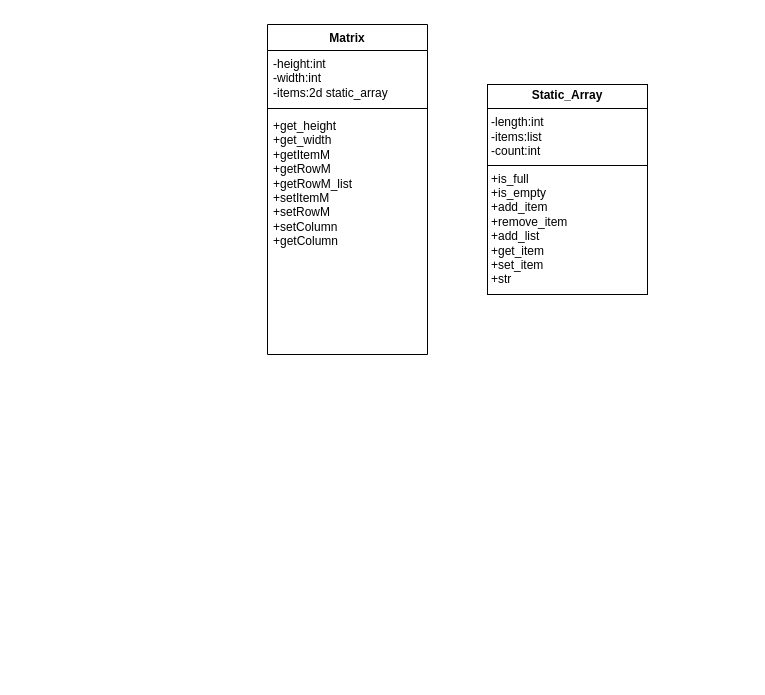
The draw.io diagram project_class_diagram.drawio in rcatovsky/Finalproject, before the edit. Source tidied: cells renumbered, new cells numbered last; positions are measured from the earlier drawing's top-left corner, leaving out a move shared by most shapes. Both pictures are drawn from the tidied source at 100%, with x=0, y=0 at pixel (267, 24).
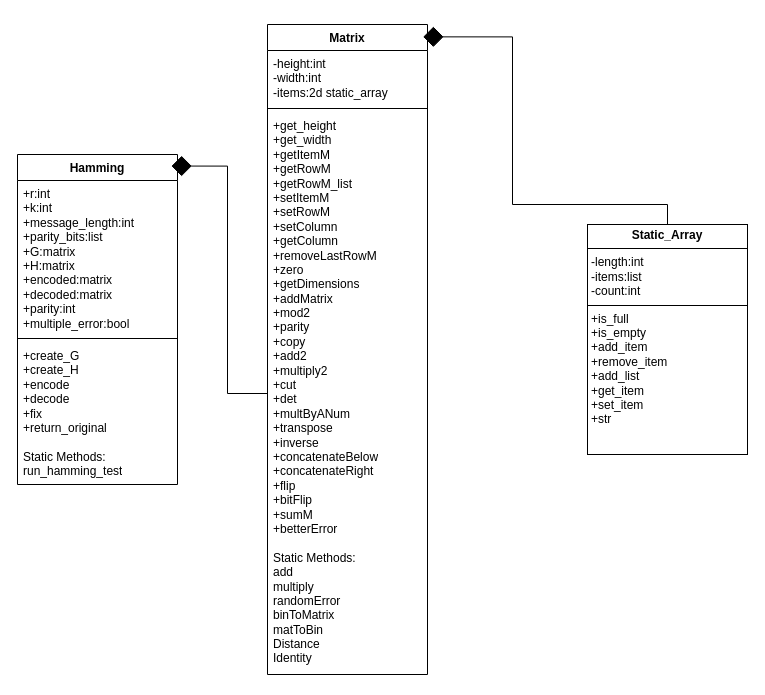
The same diagram, later.

The edit, as a diff of the source:
```diff
@@
 <mxGraphModel>
   <root>
     <mxCell id="0" />
     <mxCell id="1" parent="0" />
     <mxCell id="2" value="&lt;p style=&quot;margin:0px;margin-top:4px;text-align:center;&quot;&gt;&lt;b&gt;Static_Array&lt;/b&gt;&lt;/p&gt;&lt;hr size=&quot;1&quot; style=&quot;border-style:solid;&quot;&gt;&lt;p style=&quot;margin:0px;margin-left:4px;&quot;&gt;-length:int&lt;/p&gt;&lt;p style=&quot;margin:0px;margin-left:4px;&quot;&gt;-items:list&lt;/p&gt;&lt;p style=&quot;margin:0px;margin-left:4px;&quot;&gt;-count:int&lt;/p&gt;&lt;hr size=&quot;1&quot; style=&quot;border-style:solid;&quot;&gt;&lt;p style=&quot;margin:0px;margin-left:4px;&quot;&gt;+is_full&lt;/p&gt;&lt;p style=&quot;margin:0px;margin-left:4px;&quot;&gt;+is_empty&lt;/p&gt;&lt;p style=&quot;margin:0px;margin-left:4px;&quot;&gt;+add_item&lt;/p&gt;&lt;p style=&quot;margin:0px;margin-left:4px;&quot;&gt;+remove_item&lt;/p&gt;&lt;p style=&quot;margin:0px;margin-left:4px;&quot;&gt;+add_list&lt;/p&gt;&lt;p style=&quot;margin:0px;margin-left:4px;&quot;&gt;+get_item&lt;/p&gt;&lt;p style=&quot;margin:0px;margin-left:4px;&quot;&gt;+set_item&lt;/p&gt;&lt;p style=&quot;margin:0px;margin-left:4px;&quot;&gt;+str&lt;/p&gt;" style="verticalAlign=top;align=left;overflow=fill;html=1;whiteSpace=wrap;" parent="1" vertex="1">
-      <mxGeometry x="220" y="60" width="160" height="210" as="geometry" />
+      <mxGeometry x="320" y="200" width="160" height="230" as="geometry" />
     </mxCell>
     <mxCell id="3" value="Matrix" style="swimlane;fontStyle=1;align=center;verticalAlign=top;horizontal=1;startSize=26;whiteSpace=wrap;html=1;" parent="1" vertex="1">
-      <mxGeometry width="160" height="330" as="geometry" />
+      <mxGeometry width="160" height="650" as="geometry" />
     </mxCell>
     <mxCell id="4" value="-height:int&lt;div&gt;-width:int&lt;/div&gt;&lt;div&gt;-items:2d static_array&lt;/div&gt;&lt;div&gt;&lt;br&gt;&lt;/div&gt;" style="text;strokeColor=none;fillColor=none;align=left;verticalAlign=top;spacingLeft=4;spacingRight=4;overflow=hidden;whiteSpace=wrap;html=1;" parent="3" vertex="1">
       <mxGeometry y="26" width="160" height="54" as="geometry" />
     </mxCell>
     <mxCell id="5" style="line;strokeWidth=1;fillColor=none;align=left;verticalAlign=middle;spacingTop=-1;spacingLeft=3;spacingRight=3;labelPosition=right;strokeColor=inherit;" parent="3" vertex="1">
       <mxGeometry y="80" width="160" height="8" as="geometry" />
     </mxCell>
-    <mxCell id="6" value="+get_height&lt;div&gt;+get_width&lt;/div&gt;&lt;div&gt;+getItemM&lt;/div&gt;&lt;div&gt;+getRowM&lt;/div&gt;&lt;div&gt;+getRowM_list&lt;/div&gt;&lt;div&gt;+setItemM&lt;/div&gt;&lt;div&gt;+setRowM&lt;/div&gt;&lt;div&gt;+setColumn&lt;/div&gt;&lt;div&gt;+getColumn&lt;/div&gt;" style="text;strokeColor=none;fillColor=none;align=left;verticalAlign=top;spacingLeft=4;spacingRight=4;overflow=hidden;points=[[0,0.5],[1,0.5]];portConstraint=eastwest;whiteSpace=wrap;html=1;" parent="3" vertex="1">
-      <mxGeometry y="88" width="160" height="242" as="geometry" />
+    <mxCell id="6" value="+get_height&lt;div&gt;+get_width&lt;/div&gt;&lt;div&gt;+getItemM&lt;/div&gt;&lt;div&gt;+getRowM&lt;/div&gt;&lt;div&gt;+getRowM_list&lt;/div&gt;&lt;div&gt;+setItemM&lt;/div&gt;&lt;div&gt;+setRowM&lt;/div&gt;&lt;div&gt;+setColumn&lt;/div&gt;&lt;div&gt;+getColumn&lt;/div&gt;&lt;div&gt;+removeLastRowM&lt;/div&gt;&lt;div&gt;+zero&lt;/div&gt;&lt;div&gt;+getDimensions&lt;/div&gt;&lt;div&gt;+addMatrix&lt;/div&gt;&lt;div&gt;+mod2&lt;/div&gt;&lt;div&gt;+parity&lt;/div&gt;&lt;div&gt;+copy&lt;/div&gt;&lt;div&gt;+add2&lt;/div&gt;&lt;div&gt;+multiply2&lt;/div&gt;&lt;div&gt;+cut&lt;/div&gt;&lt;div&gt;+det&lt;/div&gt;&lt;div&gt;+multByANum&lt;/div&gt;&lt;div&gt;+transpose&lt;/div&gt;&lt;div&gt;+inverse&lt;/div&gt;&lt;div&gt;+concatenateBelow&lt;/div&gt;&lt;div&gt;+concatenateRight&lt;/div&gt;&lt;div&gt;+flip&lt;/div&gt;&lt;div&gt;+bitFlip&lt;/div&gt;&lt;div&gt;+sumM&lt;/div&gt;&lt;div&gt;+betterError&lt;/div&gt;&lt;div&gt;&lt;br&gt;&lt;/div&gt;&lt;div&gt;Static Methods:&lt;/div&gt;&lt;div&gt;add&lt;/div&gt;&lt;div&gt;multiply&lt;/div&gt;&lt;div&gt;randomError&lt;/div&gt;&lt;div&gt;binToMatrix&lt;/div&gt;&lt;div&gt;matToBin&lt;/div&gt;&lt;div&gt;Distance&lt;/div&gt;&lt;div&gt;Identity&lt;/div&gt;&lt;div&gt;&lt;br&gt;&lt;/div&gt;" style="text;strokeColor=none;fillColor=none;align=left;verticalAlign=top;spacingLeft=4;spacingRight=4;overflow=hidden;points=[[0,0.5],[1,0.5]];portConstraint=eastwest;whiteSpace=wrap;html=1;" parent="3" vertex="1">
+      <mxGeometry y="88" width="160" height="562" as="geometry" />
     </mxCell>
+    <mxCell id="7" style="edgeStyle=orthogonalEdgeStyle;rounded=0;jettySize=auto;html=1;entryX=0.973;entryY=0.019;entryDx=0;entryDy=0;entryPerimeter=0;endArrow=diamond;endFill=1;exitX=0.5;exitY=0;exitDx=0;exitDy=0;endSize=18;" parent="1" edge="1" source="2" target="3">
+      <mxGeometry relative="1" as="geometry" />
+    </mxCell>
+    <mxCell id="8" value="Hamming" style="swimlane;fontStyle=1;align=center;verticalAlign=top;horizontal=1;startSize=26;whiteSpace=wrap;html=1;" parent="1" vertex="1">
+      <mxGeometry x="-250" y="130" width="160" height="330" as="geometry" />
+    </mxCell>
+    <mxCell id="9" value="+r:int&lt;div&gt;+k:int&lt;/div&gt;&lt;div&gt;+message_length:int&lt;/div&gt;&lt;div&gt;+parity_bits:list&lt;/div&gt;&lt;div&gt;+G:matrix&lt;/div&gt;&lt;div&gt;+H:matrix&lt;/div&gt;&lt;div&gt;+encoded:matrix&lt;/div&gt;&lt;div&gt;+decoded:matrix&lt;/div&gt;&lt;div&gt;+parity:int&lt;/div&gt;&lt;div&gt;+multiple_error:bool&lt;/div&gt;" style="text;strokeColor=none;fillColor=none;align=left;verticalAlign=top;spacingLeft=4;spacingRight=4;overflow=hidden;whiteSpace=wrap;html=1;" parent="8" vertex="1">
+      <mxGeometry y="26" width="160" height="154" as="geometry" />
+    </mxCell>
+    <mxCell id="10" style="line;strokeWidth=1;fillColor=none;align=left;verticalAlign=middle;spacingTop=-1;spacingLeft=3;spacingRight=3;labelPosition=right;strokeColor=inherit;" parent="8" vertex="1">
+      <mxGeometry y="180" width="160" height="8" as="geometry" />
+    </mxCell>
+    <mxCell id="11" value="+create_G&lt;div&gt;+create_H&lt;/div&gt;&lt;div&gt;+encode&lt;/div&gt;&lt;div&gt;+decode&lt;/div&gt;&lt;div&gt;+fix&lt;/div&gt;&lt;div&gt;+return_original&lt;/div&gt;&lt;div&gt;&lt;br&gt;&lt;/div&gt;&lt;div&gt;Static Methods:&lt;/div&gt;&lt;div&gt;run_hamming_test&lt;/div&gt;" style="text;strokeColor=none;fillColor=none;align=left;verticalAlign=top;spacingLeft=4;spacingRight=4;overflow=hidden;whiteSpace=wrap;html=1;" parent="8" vertex="1">
+      <mxGeometry y="188" width="160" height="142" as="geometry" />
+    </mxCell>
+    <mxCell id="12" style="edgeStyle=orthogonalEdgeStyle;rounded=0;jettySize=auto;html=1;exitX=0;exitY=0.5;exitDx=0;exitDy=0;entryX=0.962;entryY=0.035;entryDx=0;entryDy=0;entryPerimeter=0;endArrow=diamond;endFill=1;endSize=18;" parent="1" edge="1" source="6" target="8">
+      <mxGeometry relative="1" as="geometry" />
+    </mxCell>
   </root>
 </mxGraphModel>
```
